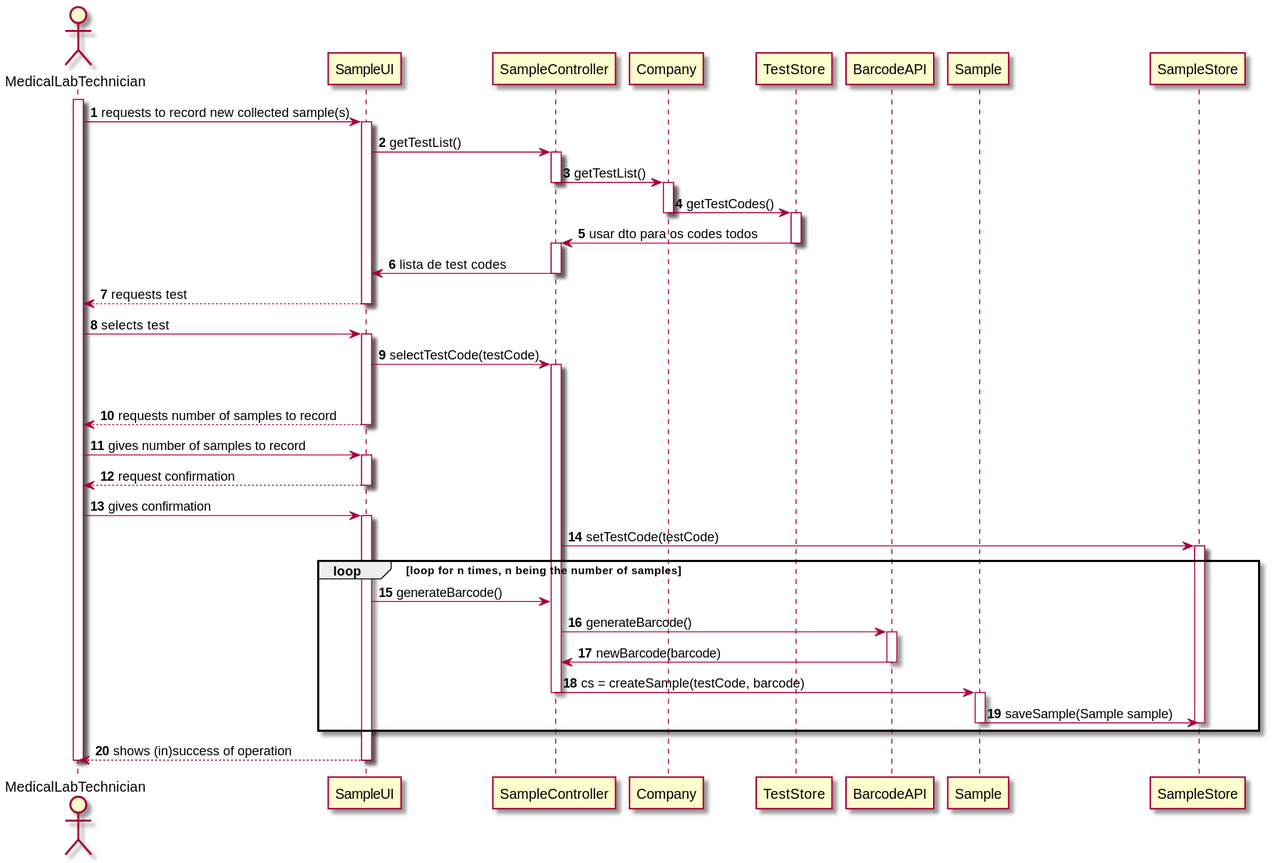
The PlantUML diagram docs/SprintC/US5/US5_SD.svg in MadDinosaur/ISEP-LAPR2, before a commit.
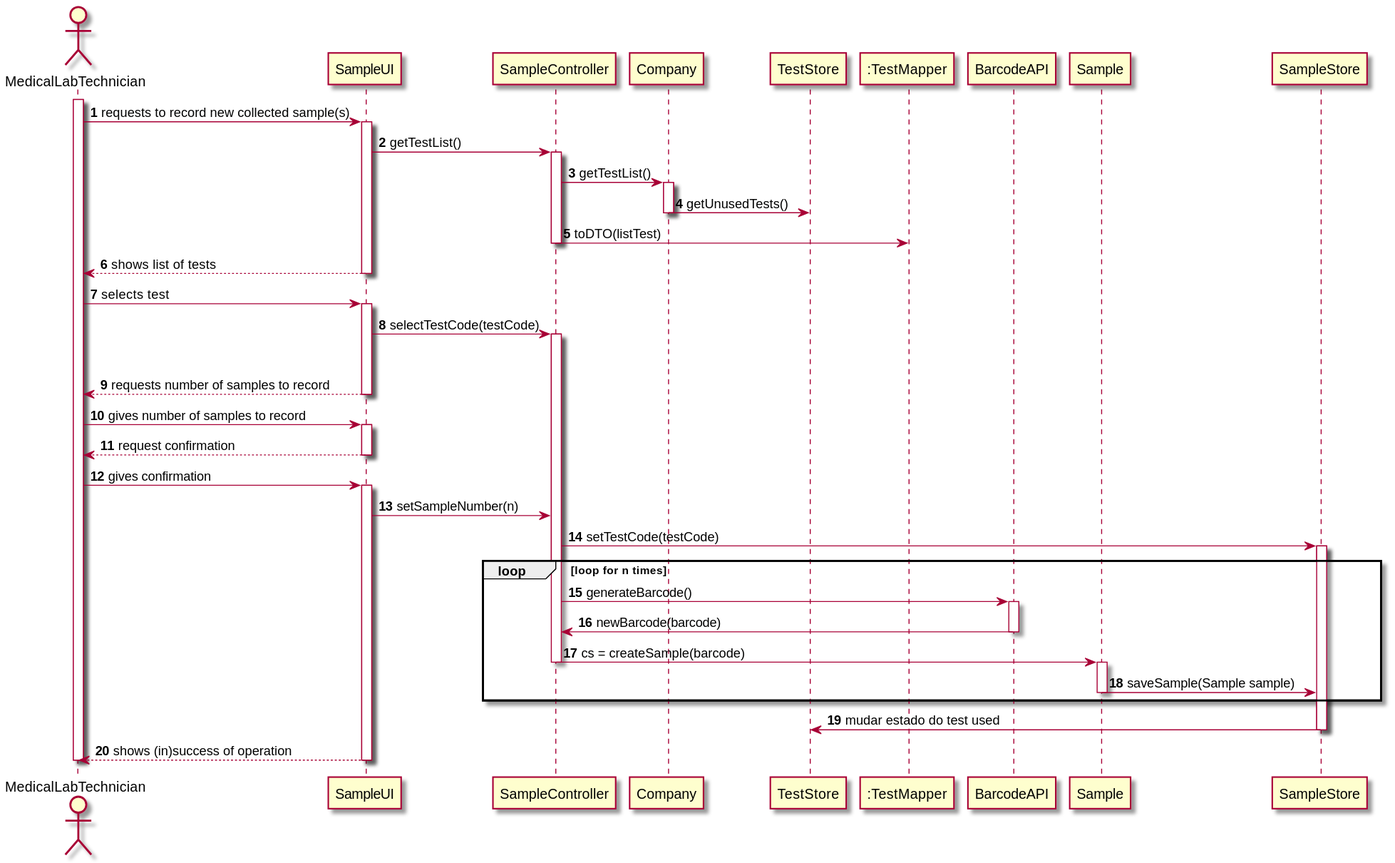
Above is the later version.

What changed in the source:
```diff
@@ -7,6 +7,7 @@
 participant SampleController as Controller
 participant Company
 participant TestStore
+participant ":TestMapper" as TestMapper
 participant BarcodeAPI as API
 participant Sample
 participant SampleStore
@@ -17,29 +18,21 @@
 UI -> Controller: getTestList()
 activate Controller
 Controller -> Company: getTestList()
+activate Company
+Company -> TestStore: getUnusedTests()
+deactivate Company
+Controller -> TestMapper: toDTO(listTest)
 deactivate Controller
-activate Company
-Company -> TestStore: getTestCodes()
 deactivate Company
-activate TestStore
-TestStore -> Controller: usar dto para os codes todos
-deactivate TestStore
-activate Controller
-Controller -> UI: lista de test codes
-deactivate Controller
-UI --> mlt: requests test
+UI --> mlt: shows list of tests
 deactivate UI
-
 mlt -> UI: selects test
 activate UI
 UI -> Controller: selectTestCode(testCode)
 activate Controller
-
 deactivate Company
-
 UI --> mlt: requests number of samples to record
 deactivate UI
-
 mlt -> UI: gives number of samples to record
 activate UI
 UI --> mlt: request confirmation
@@ -47,22 +40,22 @@
 mlt -> UI: gives confirmation
 activate UI
 
+UI -> Controller: setSampleNumber(n)
 Controller -> SampleStore: setTestCode(testCode)
 activate SampleStore
-loop loop for n times, n being the number of samples
-UI -> Controller: generateBarcode()
+loop loop for n times
 Controller -> API: generateBarcode()
 activate API
 API -> Controller: newBarcode(barcode)
 deactivate API
-Controller -> Sample: cs = createSample(testCode, barcode)
+Controller -> Sample: cs = createSample(barcode)
 deactivate Controller
 activate Sample
 Sample -> SampleStore: saveSample(Sample sample)
 deactivate Sample
+end loop
+SampleStore -> TestStore: mudar estado do test used
 deactivate SampleStore
-end loop
-
 UI --> mlt: shows (in)success of operation
 deactivate UI
 deactivate mlt
```
